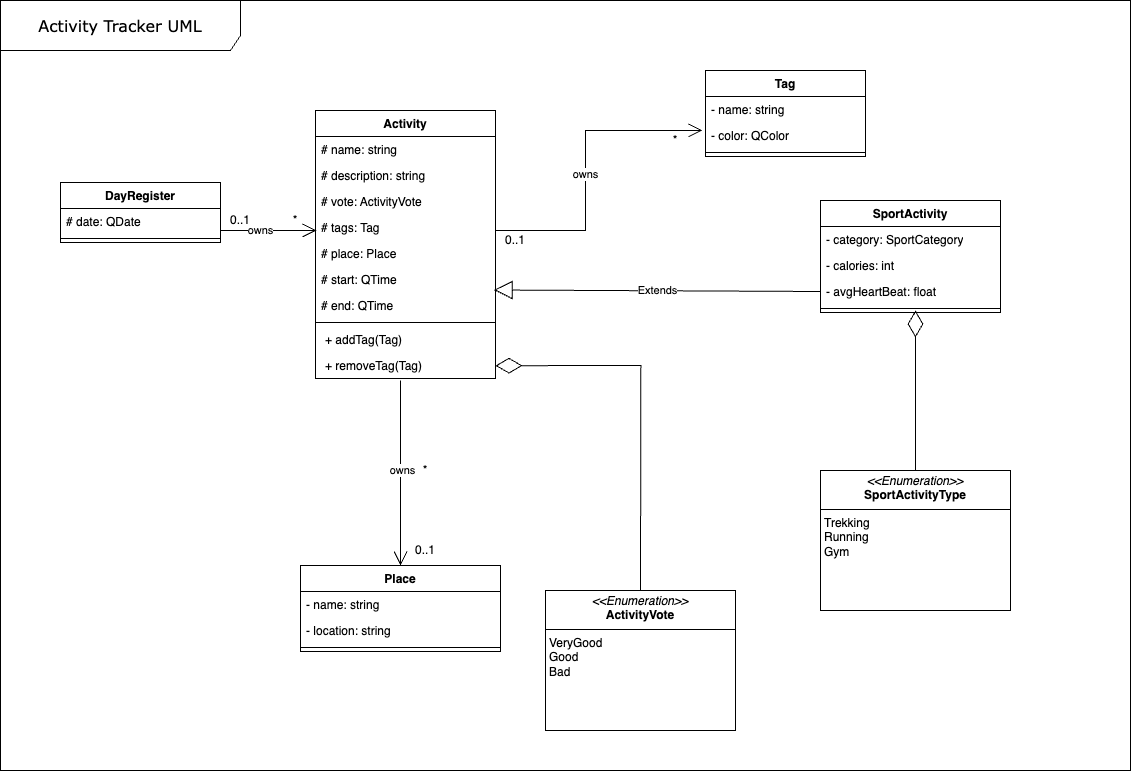
This is docs/ActivityTracker_UML.png from ArturoViti/Activity_Tracker_LP, a draw.io export, as it was before one commit. Source tidied: cells renumbered, new cells last; positions are measured from the earlier drawing's top-left corner, leaving out a move shared by most shapes. The source it was exported from:
```xml
<mxGraphModel>
  <root>
    <mxCell id="0" />
    <mxCell id="1" parent="0" />
    <mxCell id="2" value="&lt;font style=&quot;font-size: 16px;&quot;&gt;Activity Tracker UML&lt;/font&gt;" style="shape=umlFrame;whiteSpace=wrap;html=1;rounded=0;shadow=0;comic=0;labelBackgroundColor=none;strokeWidth=1;fontFamily=Verdana;fontSize=10;align=center;width=240;height=50;" parent="1" vertex="1">
      <mxGeometry width="1130" height="770" as="geometry" />
    </mxCell>
    <mxCell id="3" value="Tag" style="swimlane;fontStyle=1;align=center;verticalAlign=top;horizontal=1;startSize=26;whiteSpace=wrap;html=1;" parent="1" vertex="1">
      <mxGeometry x="705" y="70" width="160" height="86" as="geometry" />
    </mxCell>
    <mxCell id="4" value="- name: string" style="text;strokeColor=none;fillColor=none;align=left;verticalAlign=top;spacingLeft=4;spacingRight=4;overflow=hidden;whiteSpace=wrap;html=1;" parent="3" vertex="1">
      <mxGeometry y="26" width="160" height="26" as="geometry" />
    </mxCell>
    <mxCell id="5" value="- color: QColor" style="text;strokeColor=none;fillColor=none;align=left;verticalAlign=top;spacingLeft=4;spacingRight=4;overflow=hidden;whiteSpace=wrap;html=1;" parent="3" vertex="1">
      <mxGeometry y="52" width="160" height="26" as="geometry" />
    </mxCell>
    <mxCell id="6" style="line;strokeWidth=1;fillColor=none;align=left;verticalAlign=middle;spacingTop=-1;spacingLeft=3;spacingRight=3;labelPosition=right;strokeColor=inherit;" parent="3" vertex="1">
      <mxGeometry y="78" width="160" height="8" as="geometry" />
    </mxCell>
    <mxCell id="7" style="endArrow=open;endFill=1;endSize=12;html=1;rounded=0;entryX=-0.019;entryY=-0.002;entryDx=0;entryDy=0;entryPerimeter=0;" parent="1" edge="1">
      <mxGeometry relative="1" as="geometry">
        <mxPoint x="495" y="230" as="sourcePoint" />
        <mxPoint x="702" y="129.9" as="targetPoint" />
        <Array as="points">
          <mxPoint x="585" y="230" />
          <mxPoint x="585" y="130" />
        </Array>
      </mxGeometry>
    </mxCell>
    <mxCell id="8" value="owns" style="edgeLabel;html=1;align=center;verticalAlign=middle;" parent="7" vertex="1">
      <mxGeometry x="-0.04" y="1" relative="1" as="geometry" />
    </mxCell>
    <mxCell id="9" value="0..1" style="text;html=1;align=center;verticalAlign=middle;whiteSpace=wrap;rounded=0;" parent="1" vertex="1">
      <mxGeometry x="495" y="230" width="40" height="20" as="geometry" />
    </mxCell>
    <mxCell id="10" value="*" style="text;html=1;align=center;verticalAlign=middle;whiteSpace=wrap;rounded=0;" parent="1" vertex="1">
      <mxGeometry x="655" y="130" width="40" height="20" as="geometry" />
    </mxCell>
    <mxCell id="11" value="Place" style="swimlane;fontStyle=1;align=center;verticalAlign=top;horizontal=1;startSize=26;whiteSpace=wrap;html=1;" parent="1" vertex="1">
      <mxGeometry x="300" y="565" width="200" height="86" as="geometry" />
    </mxCell>
    <mxCell id="12" value="- name: string" style="text;strokeColor=none;fillColor=none;align=left;verticalAlign=top;spacingLeft=4;spacingRight=4;overflow=hidden;whiteSpace=wrap;html=1;" parent="11" vertex="1">
      <mxGeometry y="26" width="200" height="26" as="geometry" />
    </mxCell>
    <mxCell id="13" value="- location: string" style="text;strokeColor=none;fillColor=none;align=left;verticalAlign=top;spacingLeft=4;spacingRight=4;overflow=hidden;whiteSpace=wrap;html=1;" parent="11" vertex="1">
      <mxGeometry y="52" width="200" height="26" as="geometry" />
    </mxCell>
    <mxCell id="14" style="line;strokeWidth=1;fillColor=none;align=left;verticalAlign=middle;spacingTop=-1;spacingLeft=3;spacingRight=3;labelPosition=right;strokeColor=inherit;" parent="11" vertex="1">
      <mxGeometry y="78" width="200" height="8" as="geometry" />
    </mxCell>
    <mxCell id="15" style="endArrow=open;endFill=1;endSize=12;html=1;rounded=0;entryX=0.5;entryY=0;entryDx=0;entryDy=0;" parent="1" edge="1" target="11">
      <mxGeometry relative="1" as="geometry">
        <mxPoint x="400" y="380" as="sourcePoint" />
        <Array as="points">
          <mxPoint x="400" y="510" />
        </Array>
      </mxGeometry>
    </mxCell>
    <mxCell id="16" value="owns" style="edgeLabel;html=1;align=center;verticalAlign=middle;" parent="15" vertex="1">
      <mxGeometry x="-0.04" y="1" relative="1" as="geometry" />
    </mxCell>
    <mxCell id="17" value="*" style="text;html=1;align=center;verticalAlign=middle;whiteSpace=wrap;rounded=0;" parent="1" vertex="1">
      <mxGeometry x="405" y="460" width="40" height="20" as="geometry" />
    </mxCell>
    <mxCell id="18" value="0..1" style="text;html=1;align=center;verticalAlign=middle;whiteSpace=wrap;rounded=0;" parent="1" vertex="1">
      <mxGeometry x="405" y="540" width="40" height="20" as="geometry" />
    </mxCell>
    <mxCell id="19" value="&lt;p style=&quot;margin:0px;margin-top:4px;text-align:center;&quot;&gt;&lt;i&gt;&amp;lt;&amp;lt;Enumeration&amp;gt;&amp;gt;&lt;/i&gt;&lt;br&gt;&lt;b&gt;ActivityVote&lt;/b&gt;&lt;/p&gt;&lt;hr size=&quot;1&quot; style=&quot;border-style:solid;&quot;&gt;&lt;p style=&quot;margin:0px;margin-left:4px;&quot;&gt;VeryGood&lt;/p&gt;&lt;p style=&quot;margin:0px;margin-left:4px;&quot;&gt;Good&lt;/p&gt;&lt;p style=&quot;margin:0px;margin-left:4px;&quot;&gt;Bad&lt;/p&gt;" style="verticalAlign=top;align=left;overflow=fill;html=1;whiteSpace=wrap;" parent="1" vertex="1">
      <mxGeometry x="545" y="590" width="190" height="140" as="geometry" />
    </mxCell>
    <mxCell id="20" style="endArrow=diamondThin;endFill=0;endSize=24;html=1;rounded=0;entryX=0.998;entryY=0.772;entryDx=0;entryDy=0;entryPerimeter=0;exitX=0.5;exitY=0;exitDx=0;exitDy=0;fillOpacity=100;flowAnimation=0;shadow=0;strokeColor=default;" parent="1" edge="1" source="19">
      <mxGeometry relative="1" as="geometry">
        <mxPoint x="495" y="365.2" as="targetPoint" />
        <Array as="points">
          <mxPoint x="640.4" y="365" />
        </Array>
      </mxGeometry>
    </mxCell>
    <mxCell id="21" value="Activity" style="swimlane;fontStyle=1;align=center;verticalAlign=top;horizontal=1;startSize=26;whiteSpace=wrap;html=1;" parent="1" vertex="1">
      <mxGeometry x="315" y="110" width="180" height="268" as="geometry" />
    </mxCell>
    <mxCell id="22" value="# name: string" style="text;strokeColor=none;fillColor=none;align=left;verticalAlign=top;spacingLeft=4;spacingRight=4;overflow=hidden;whiteSpace=wrap;html=1;" parent="21" vertex="1">
      <mxGeometry y="26" width="180" height="26" as="geometry" />
    </mxCell>
    <mxCell id="23" value="# description: string" style="text;strokeColor=none;fillColor=none;align=left;verticalAlign=top;spacingLeft=4;spacingRight=4;overflow=hidden;whiteSpace=wrap;html=1;" parent="21" vertex="1">
      <mxGeometry y="52" width="180" height="26" as="geometry" />
    </mxCell>
    <mxCell id="24" value="# vote: ActivityVote" style="text;strokeColor=none;fillColor=none;align=left;verticalAlign=top;spacingLeft=4;spacingRight=4;overflow=hidden;whiteSpace=wrap;html=1;" parent="21" vertex="1">
      <mxGeometry y="78" width="180" height="26" as="geometry" />
    </mxCell>
    <mxCell id="25" value="# tags: Tag" style="text;strokeColor=none;fillColor=none;align=left;verticalAlign=top;spacingLeft=4;spacingRight=4;overflow=hidden;whiteSpace=wrap;html=1;" parent="21" vertex="1">
      <mxGeometry y="104" width="180" height="26" as="geometry" />
    </mxCell>
    <mxCell id="26" value="# place: Place" style="text;strokeColor=none;fillColor=none;align=left;verticalAlign=top;spacingLeft=4;spacingRight=4;overflow=hidden;whiteSpace=wrap;html=1;" parent="21" vertex="1">
      <mxGeometry y="130" width="180" height="26" as="geometry" />
    </mxCell>
    <mxCell id="27" value="# start: QTime" style="text;strokeColor=none;fillColor=none;align=left;verticalAlign=top;spacingLeft=4;spacingRight=4;overflow=hidden;points=[[0,0.5],[1,0.5]];portConstraint=eastwest;whiteSpace=wrap;html=1;" parent="21" vertex="1">
      <mxGeometry y="156" width="180" height="26" as="geometry" />
    </mxCell>
    <mxCell id="28" value="# end: QTime" style="text;strokeColor=none;fillColor=none;align=left;verticalAlign=top;spacingLeft=4;spacingRight=4;overflow=hidden;whiteSpace=wrap;html=1;" parent="21" vertex="1">
      <mxGeometry y="182" width="180" height="26" as="geometry" />
    </mxCell>
    <mxCell id="29" style="line;strokeWidth=1;fillColor=none;align=left;verticalAlign=middle;spacingTop=-1;spacingLeft=3;spacingRight=3;labelPosition=right;strokeColor=inherit;" parent="21" vertex="1">
      <mxGeometry y="208" width="180" height="8" as="geometry" />
    </mxCell>
    <mxCell id="30" value="&lt;p style=&quot;border-color: var(--border-color); margin: 0px 0px 0px 4px;&quot;&gt;+ addTag(Tag)&lt;/p&gt;&lt;div&gt;&lt;br&gt;&lt;/div&gt;" style="text;strokeColor=none;fillColor=none;align=left;verticalAlign=top;spacingLeft=4;spacingRight=4;overflow=hidden;whiteSpace=wrap;html=1;" parent="21" vertex="1">
      <mxGeometry y="216" width="180" height="26" as="geometry" />
    </mxCell>
    <mxCell id="31" value="&lt;p style=&quot;border-color: var(--border-color); margin: 0px 0px 0px 4px;&quot;&gt;+ removeTag(Tag)&lt;/p&gt;&lt;div&gt;&lt;br&gt;&lt;/div&gt;" style="text;strokeColor=none;fillColor=none;align=left;verticalAlign=top;spacingLeft=4;spacingRight=4;overflow=hidden;whiteSpace=wrap;html=1;" parent="21" vertex="1">
      <mxGeometry y="242" width="180" height="26" as="geometry" />
    </mxCell>
    <mxCell id="32" value="DayRegister" style="swimlane;fontStyle=1;align=center;verticalAlign=top;horizontal=1;startSize=26;whiteSpace=wrap;html=1;" parent="1" vertex="1">
      <mxGeometry x="60" y="182" width="160" height="60" as="geometry" />
    </mxCell>
    <mxCell id="33" value="# date: QDate" style="text;strokeColor=none;fillColor=none;align=left;verticalAlign=top;spacingLeft=4;spacingRight=4;overflow=hidden;whiteSpace=wrap;html=1;" parent="32" vertex="1">
      <mxGeometry y="26" width="160" height="26" as="geometry" />
    </mxCell>
    <mxCell id="34" style="line;strokeWidth=1;fillColor=none;align=left;verticalAlign=middle;spacingTop=-1;spacingLeft=3;spacingRight=3;labelPosition=right;strokeColor=inherit;" parent="32" vertex="1">
      <mxGeometry y="52" width="160" height="8" as="geometry" />
    </mxCell>
    <mxCell id="35" style="endArrow=open;endFill=1;endSize=12;html=1;rounded=0;exitX=1.004;exitY=-0.073;exitDx=0;exitDy=0;exitPerimeter=0;entryX=0.009;entryY=0.004;entryDx=0;entryDy=0;entryPerimeter=0;" parent="1" edge="1">
      <mxGeometry relative="1" as="geometry">
        <mxPoint x="220" y="230" as="sourcePoint" />
        <mxPoint x="316" y="230" as="targetPoint" />
      </mxGeometry>
    </mxCell>
    <mxCell id="36" value="owns" style="edgeLabel;html=1;align=center;verticalAlign=middle;" parent="35" vertex="1">
      <mxGeometry x="-0.19" y="1" relative="1" as="geometry" />
    </mxCell>
    <mxCell id="37" value="0..1" style="text;html=1;align=center;verticalAlign=middle;whiteSpace=wrap;rounded=0;" parent="1" vertex="1">
      <mxGeometry x="220" y="210" width="40" height="20" as="geometry" />
    </mxCell>
    <mxCell id="38" value="*" style="text;html=1;align=center;verticalAlign=middle;whiteSpace=wrap;rounded=0;" parent="1" vertex="1">
      <mxGeometry x="275" y="210" width="40" height="20" as="geometry" />
    </mxCell>
    <mxCell id="39" value="SportActivity" style="swimlane;fontStyle=1;align=center;verticalAlign=top;horizontal=1;startSize=26;whiteSpace=wrap;html=1;" parent="1" vertex="1">
      <mxGeometry x="820" y="200" width="180" height="112" as="geometry" />
    </mxCell>
    <mxCell id="40" value="- category: SportCategory" style="text;strokeColor=none;fillColor=none;align=left;verticalAlign=top;spacingLeft=4;spacingRight=4;overflow=hidden;whiteSpace=wrap;html=1;" parent="39" vertex="1">
      <mxGeometry y="26" width="180" height="26" as="geometry" />
    </mxCell>
    <mxCell id="41" value="- calories: int" style="text;strokeColor=none;fillColor=none;align=left;verticalAlign=top;spacingLeft=4;spacingRight=4;overflow=hidden;whiteSpace=wrap;html=1;" parent="39" vertex="1">
      <mxGeometry y="52" width="180" height="26" as="geometry" />
    </mxCell>
    <mxCell id="42" value="- avgHeartBeat: float" style="text;strokeColor=none;fillColor=none;align=left;verticalAlign=top;spacingLeft=4;spacingRight=4;overflow=hidden;points=[[0,0.5],[1,0.5]];portConstraint=eastwest;whiteSpace=wrap;html=1;" parent="39" vertex="1">
      <mxGeometry y="78" width="180" height="26" as="geometry" />
    </mxCell>
    <mxCell id="43" style="line;strokeWidth=1;fillColor=none;align=left;verticalAlign=middle;spacingTop=-1;spacingLeft=3;spacingRight=3;labelPosition=right;strokeColor=inherit;" parent="39" vertex="1">
      <mxGeometry y="104" width="180" height="8" as="geometry" />
    </mxCell>
    <mxCell id="44" value="&lt;p style=&quot;margin:0px;margin-top:4px;text-align:center;&quot;&gt;&lt;i&gt;&amp;lt;&amp;lt;Enumeration&amp;gt;&amp;gt;&lt;/i&gt;&lt;br&gt;&lt;b&gt;SportActivityType&lt;/b&gt;&lt;/p&gt;&lt;hr size=&quot;1&quot; style=&quot;border-style:solid;&quot;&gt;&lt;p style=&quot;margin:0px;margin-left:4px;&quot;&gt;&lt;span style=&quot;background-color: initial;&quot;&gt;Trekking&lt;/span&gt;&lt;br&gt;&lt;/p&gt;&lt;p style=&quot;margin:0px;margin-left:4px;&quot;&gt;Running&lt;/p&gt;&lt;p style=&quot;margin:0px;margin-left:4px;&quot;&gt;Gym&lt;/p&gt;" style="verticalAlign=top;align=left;overflow=fill;html=1;whiteSpace=wrap;" parent="1" vertex="1">
      <mxGeometry x="820" y="470" width="190" height="140" as="geometry" />
    </mxCell>
    <mxCell id="45" style="endArrow=diamondThin;endFill=0;endSize=24;html=1;rounded=0;exitX=0.5;exitY=0;exitDx=0;exitDy=0;fillOpacity=100;flowAnimation=0;shadow=0;strokeColor=default;" parent="1" edge="1" source="44">
      <mxGeometry relative="1" as="geometry">
        <mxPoint x="915" y="310" as="targetPoint" />
      </mxGeometry>
    </mxCell>
    <mxCell id="46" value="Extends" style="endArrow=block;endSize=16;endFill=0;html=1;rounded=0;exitX=0;exitY=0.5;exitDx=0;exitDy=0;entryX=0.992;entryY=0.904;entryDx=0;entryDy=0;entryPerimeter=0;" parent="1" edge="1" source="42" target="27">
      <mxGeometry relative="1" as="geometry" />
    </mxCell>
  </root>
</mxGraphModel>
```
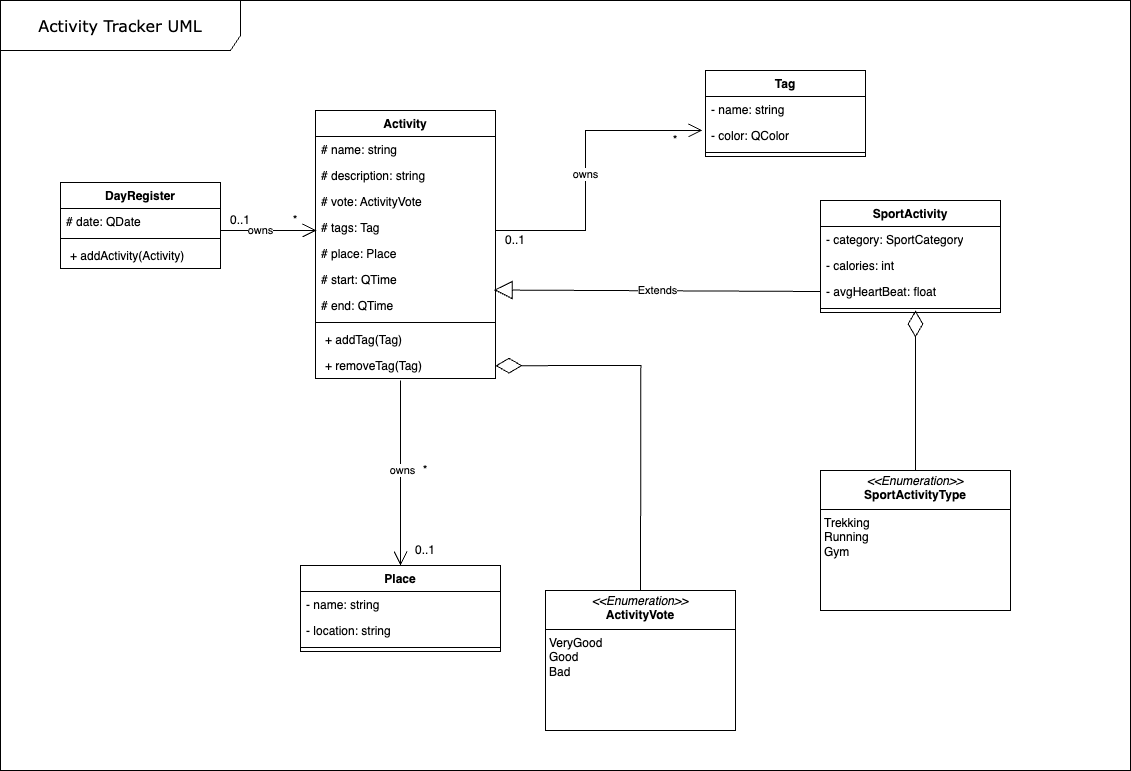
The same diagram one commit later.

Change to the diagram source:
```diff
@@ -110,7 +110,7 @@
       <mxGeometry y="242" width="180" height="26" as="geometry" />
     </mxCell>
     <mxCell id="32" value="DayRegister" style="swimlane;fontStyle=1;align=center;verticalAlign=top;horizontal=1;startSize=26;whiteSpace=wrap;html=1;" parent="1" vertex="1">
-      <mxGeometry x="60" y="182" width="160" height="60" as="geometry" />
+      <mxGeometry x="60" y="182" width="160" height="86" as="geometry" />
     </mxCell>
     <mxCell id="33" value="# date: QDate" style="text;strokeColor=none;fillColor=none;align=left;verticalAlign=top;spacingLeft=4;spacingRight=4;overflow=hidden;whiteSpace=wrap;html=1;" parent="32" vertex="1">
       <mxGeometry y="26" width="160" height="26" as="geometry" />
@@ -118,6 +118,9 @@
     <mxCell id="34" style="line;strokeWidth=1;fillColor=none;align=left;verticalAlign=middle;spacingTop=-1;spacingLeft=3;spacingRight=3;labelPosition=right;strokeColor=inherit;" parent="32" vertex="1">
       <mxGeometry y="52" width="160" height="8" as="geometry" />
     </mxCell>
+    <mxCell id="47" value="&lt;p style=&quot;border-color: var(--border-color); margin: 0px 0px 0px 4px;&quot;&gt;+ addActivity(Activity)&lt;/p&gt;&lt;div&gt;&lt;br&gt;&lt;/div&gt;" style="text;strokeColor=none;fillColor=none;align=left;verticalAlign=top;spacingLeft=4;spacingRight=4;overflow=hidden;whiteSpace=wrap;html=1;" parent="32" vertex="1">
+      <mxGeometry y="60" width="160" height="26" as="geometry" />
+    </mxCell>
     <mxCell id="35" style="endArrow=open;endFill=1;endSize=12;html=1;rounded=0;exitX=1.004;exitY=-0.073;exitDx=0;exitDy=0;exitPerimeter=0;entryX=0.009;entryY=0.004;entryDx=0;entryDy=0;entryPerimeter=0;" parent="1" edge="1">
       <mxGeometry relative="1" as="geometry">
         <mxPoint x="220" y="230" as="sourcePoint" />
```
